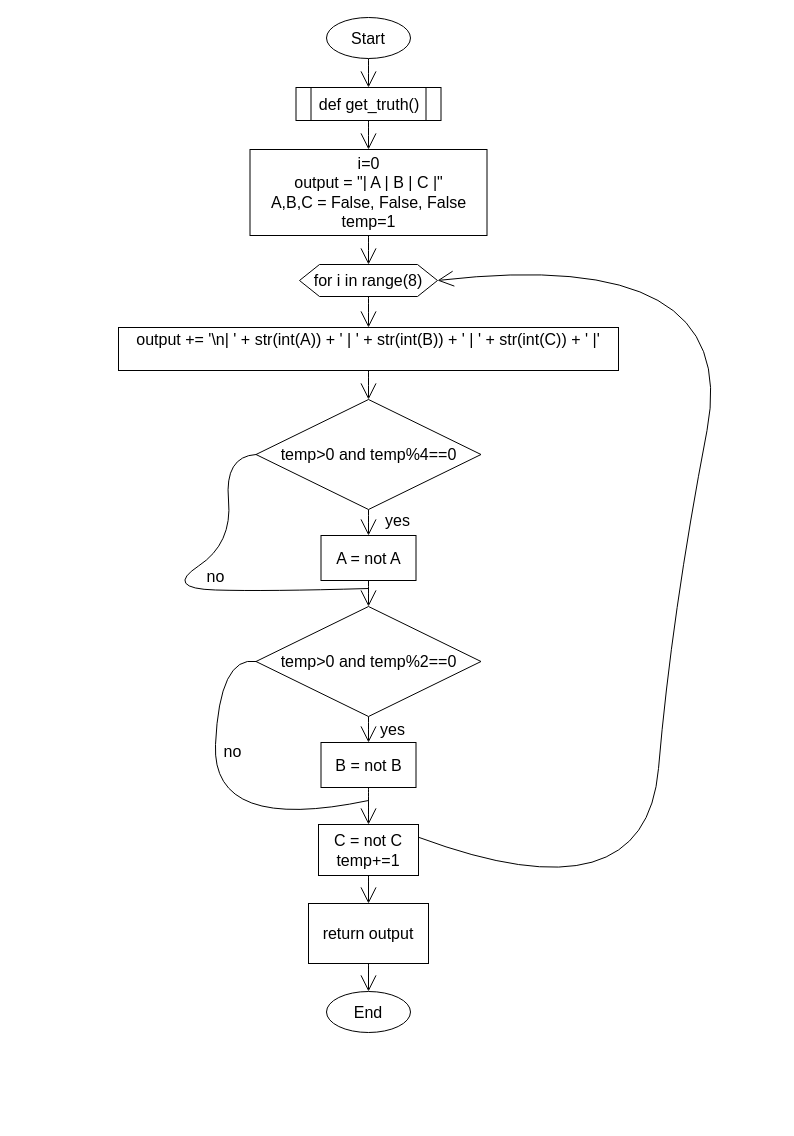
Earlier version of the draw.io diagram page "q-20F" (4 of 10) of Quizzes/quizzes.drawio (zelanISAK/unit-2). Source tidied: cells renumbered, new cells numbered last; positions are measured from the earlier drawing's top-left corner, leaving out a move shared by most shapes. Both pictures are drawn from the tidied source at 100%, with x=0, y=0 at pixel (118, 17).
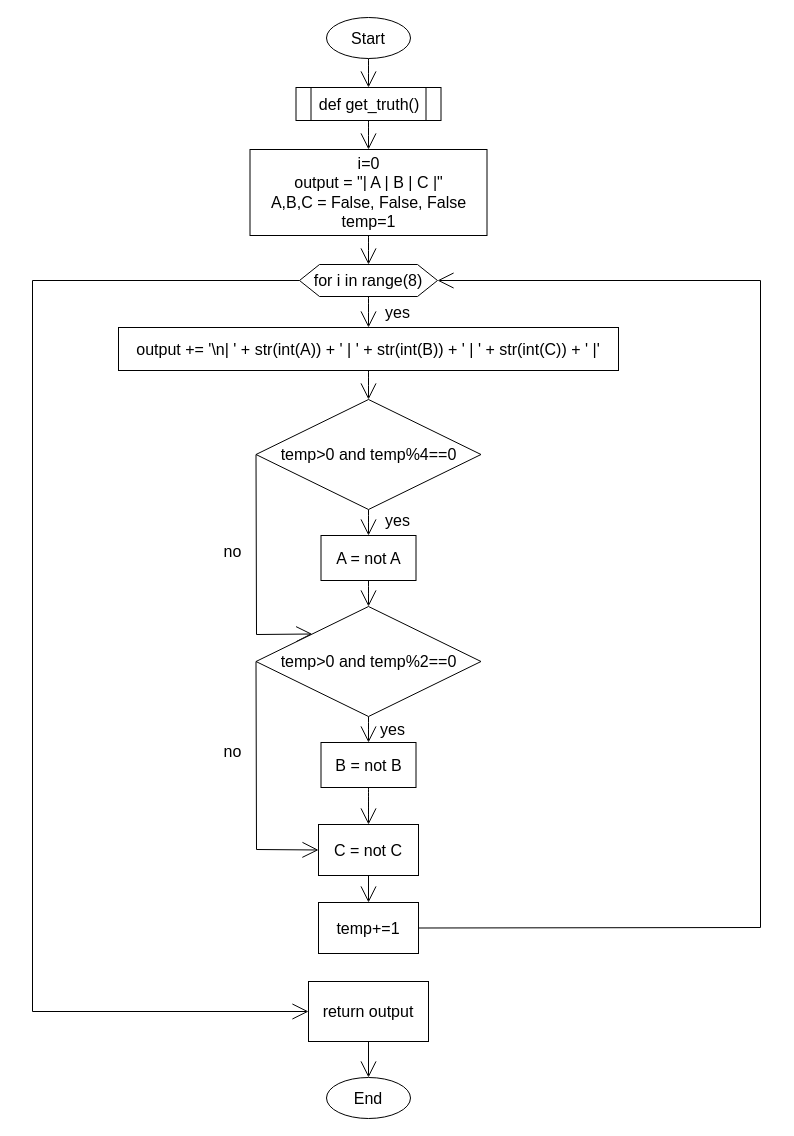
The same diagram, later.

Unchanged cells that the change refers to:
```xml
<mxCell id="10" value="for i in range(8)" style="shape=hexagon;perimeter=hexagonPerimeter2;whiteSpace=wrap;html=1;fixedSize=1;fontSize=16;" parent="1" vertex="1">
  <mxGeometry x="181" y="247" width="138" height="32" as="geometry" />
</mxCell>
<mxCell id="14" value="temp&amp;gt;0 and temp%4==0" style="rhombus;whiteSpace=wrap;html=1;fontSize=16;" parent="1" vertex="1">
  <mxGeometry x="137.5" y="382" width="225" height="110" as="geometry" />
</mxCell>
<mxCell id="18" value="temp&amp;gt;0 and temp%2==0" style="rhombus;whiteSpace=wrap;html=1;fontSize=16;" parent="1" vertex="1">
  <mxGeometry x="137.5" y="589" width="225" height="110" as="geometry" />
</mxCell>
```

What changed in the source:
```diff
@@
     <mxCell id="4" value="End" style="ellipse;whiteSpace=wrap;html=1;fontSize=16;" parent="1" vertex="1">
-      <mxGeometry x="208" y="974" width="84" height="41" as="geometry" />
+      <mxGeometry x="208" y="1060" width="84" height="41" as="geometry" />
     </mxCell>
@@
+    <mxCell id="32" style="edgeStyle=none;rounded=0;jettySize=auto;html=1;exitX=0;exitY=0.5;exitDx=0;exitDy=0;entryX=0;entryY=0.5;entryDx=0;entryDy=0;fontSize=12;endArrow=open;startSize=14;endSize=14;sourcePerimeterSpacing=8;targetPerimeterSpacing=8;" parent="1" edge="1" source="10" target="31">
+      <mxGeometry relative="1" as="geometry">
+        <Array as="points">
+          <mxPoint x="-86" y="263" />
+          <mxPoint x="-86" y="994" />
+        </Array>
+      </mxGeometry>
+    </mxCell>
@@
-    <mxCell id="12" value="&lt;div&gt;output += '\n| ' + str(int(A)) + ' | ' + str(int(B)) + ' | ' + str(int(C)) + ' |'&lt;/div&gt;&lt;div&gt;&amp;nbsp; &amp;nbsp; &amp;nbsp; &amp;nbsp;&amp;nbsp;&lt;/div&gt;" style="rounded=0;whiteSpace=wrap;html=1;fontSize=16;" parent="1" vertex="1">
+    <mxCell id="12" value="&lt;div&gt;output += '\n| ' + str(int(A)) + ' | ' + str(int(B)) + ' | ' + str(int(C)) + ' |'&lt;/div&gt;" style="rounded=0;whiteSpace=wrap;html=1;fontSize=16;" parent="1" vertex="1">
       <mxGeometry y="310" width="500" height="43" as="geometry" />
     </mxCell>
@@
+    <mxCell id="33" style="edgeStyle=none;rounded=0;jettySize=auto;html=1;exitX=0;exitY=0.5;exitDx=0;exitDy=0;entryX=0;entryY=0;entryDx=0;entryDy=0;fontSize=12;endArrow=open;startSize=14;endSize=14;sourcePerimeterSpacing=8;targetPerimeterSpacing=8;" parent="1" edge="1" source="14" target="18">
+      <mxGeometry relative="1" as="geometry">
+        <Array as="points">
+          <mxPoint x="138" y="617" />
+        </Array>
+      </mxGeometry>
+    </mxCell>
@@
+    <mxCell id="34" style="edgeStyle=none;rounded=0;jettySize=auto;html=1;exitX=0;exitY=0.5;exitDx=0;exitDy=0;entryX=0;entryY=0.5;entryDx=0;entryDy=0;fontSize=12;endArrow=open;startSize=14;endSize=14;sourcePerimeterSpacing=8;targetPerimeterSpacing=8;" parent="1" edge="1" source="18" target="23">
+      <mxGeometry relative="1" as="geometry">
+        <Array as="points">
+          <mxPoint x="138" y="832" />
+        </Array>
+      </mxGeometry>
+    </mxCell>
@@
-    <mxCell id="21" style="edgeStyle=none;curved=1;rounded=0;jettySize=auto;html=1;exitX=1;exitY=0.25;exitDx=0;exitDy=0;entryX=1;entryY=0.5;entryDx=0;entryDy=0;fontSize=12;endArrow=open;startSize=14;endSize=14;sourcePerimeterSpacing=8;targetPerimeterSpacing=8;" parent="1" edge="1" source="23" target="10">
-      <mxGeometry relative="1" as="geometry">
-        <Array as="points">
-          <mxPoint x="527" y="904" />
-          <mxPoint x="553" y="598" />
-          <mxPoint x="624" y="228" />
-        </Array>
-      </mxGeometry>
-    </mxCell>
-    <mxCell id="22" style="edgeStyle=none;curved=1;rounded=0;jettySize=auto;html=1;exitX=0.5;exitY=1;exitDx=0;exitDy=0;entryX=0.5;entryY=0;entryDx=0;entryDy=0;fontSize=12;endArrow=open;startSize=14;endSize=14;sourcePerimeterSpacing=8;targetPerimeterSpacing=8;" parent="1" edge="1" source="23" target="31">
-      <mxGeometry relative="1" as="geometry" />
-    </mxCell>
+    <mxCell id="35" style="edgeStyle=none;rounded=0;jettySize=auto;html=1;exitX=0.5;exitY=1;exitDx=0;exitDy=0;entryX=0.5;entryY=0;entryDx=0;entryDy=0;fontSize=12;endArrow=open;startSize=14;endSize=14;sourcePerimeterSpacing=8;targetPerimeterSpacing=8;" parent="1" edge="1" source="23" target="38">
+      <mxGeometry relative="1" as="geometry" />
+    </mxCell>
-    <mxCell id="23" value="C = not C&lt;br&gt;temp+=1" style="rounded=0;whiteSpace=wrap;html=1;fontSize=16;" parent="1" vertex="1">
+    <mxCell id="23" value="C = not C" style="rounded=0;whiteSpace=wrap;html=1;fontSize=16;" parent="1" vertex="1">
       <mxGeometry x="200" y="807" width="100" height="51" as="geometry" />
     </mxCell>
@@
-    <mxCell id="26" style="endArrow=none;html=1;rounded=0;fontSize=12;startSize=14;endSize=14;sourcePerimeterSpacing=8;targetPerimeterSpacing=8;curved=1;entryX=0;entryY=0.5;entryDx=0;entryDy=0;" parent="1" edge="1" target="14">
-      <mxGeometry relative="1" as="geometry">
-        <mxPoint x="250" y="571" as="sourcePoint" />
-        <Array as="points">
-          <mxPoint x="148" y="574" />
-          <mxPoint x="46" y="571" />
-          <mxPoint x="114" y="526" />
-          <mxPoint x="106" y="439" />
-        </Array>
-      </mxGeometry>
-    </mxCell>
     <mxCell id="27" value="no" style="text;html=1;align=center;verticalAlign=middle;strokeColor=none;fillColor=none;fontSize=16;" parent="1" vertex="1">
-      <mxGeometry x="79" y="543" width="36" height="31" as="geometry" />
+      <mxGeometry x="95.5" y="518" width="36" height="31" as="geometry" />
     </mxCell>
-    <mxCell id="28" style="endArrow=none;html=1;rounded=0;fontSize=12;startSize=14;endSize=14;sourcePerimeterSpacing=8;targetPerimeterSpacing=8;curved=1;entryX=0;entryY=0.5;entryDx=0;entryDy=0;" parent="1" edge="1" target="18">
-      <mxGeometry relative="1" as="geometry">
-        <mxPoint x="250" y="783" as="sourcePoint" />
-        <Array as="points">
-          <mxPoint x="93" y="816" />
-          <mxPoint x="101" y="638" />
-        </Array>
-      </mxGeometry>
-    </mxCell>
@@
-    <mxCell id="30" style="edgeStyle=none;curved=1;rounded=0;jettySize=auto;html=1;exitX=0.5;exitY=1;exitDx=0;exitDy=0;entryX=0.5;entryY=0;entryDx=0;entryDy=0;fontSize=12;endArrow=open;startSize=14;endSize=14;sourcePerimeterSpacing=8;targetPerimeterSpacing=8;" parent="1" edge="1" source="31" target="4">
+    <mxCell id="30" style="edgeStyle=none;rounded=0;jettySize=auto;html=1;exitX=0.5;exitY=1;exitDx=0;exitDy=0;entryX=0.5;entryY=0;entryDx=0;entryDy=0;fontSize=12;endArrow=open;startSize=14;endSize=14;sourcePerimeterSpacing=8;targetPerimeterSpacing=8;" parent="1" edge="1" source="31" target="4">
       <mxGeometry relative="1" as="geometry" />
     </mxCell>
     <mxCell id="31" value="return output" style="rounded=0;whiteSpace=wrap;html=1;fontSize=16;" parent="1" vertex="1">
-      <mxGeometry x="190" y="886" width="120" height="60" as="geometry" />
+      <mxGeometry x="190" y="964" width="120" height="60" as="geometry" />
     </mxCell>
+    <mxCell id="36" value="yes" style="text;html=1;align=center;verticalAlign=middle;strokeColor=none;fillColor=none;fontSize=16;" parent="1" vertex="1">
+      <mxGeometry x="257" y="279" width="43" height="31" as="geometry" />
+    </mxCell>
+    <mxCell id="37" style="edgeStyle=none;rounded=0;jettySize=auto;html=1;exitX=1;exitY=0.5;exitDx=0;exitDy=0;entryX=1;entryY=0.5;entryDx=0;entryDy=0;fontSize=12;endArrow=open;startSize=14;endSize=14;sourcePerimeterSpacing=8;targetPerimeterSpacing=8;" parent="1" edge="1" source="38" target="10">
+      <mxGeometry relative="1" as="geometry">
+        <Array as="points">
+          <mxPoint x="642" y="910" />
+          <mxPoint x="642" y="263" />
+        </Array>
+      </mxGeometry>
+    </mxCell>
+    <mxCell id="38" value="temp+=1" style="rounded=0;whiteSpace=wrap;html=1;fontSize=16;" parent="1" vertex="1">
+      <mxGeometry x="200" y="885" width="100" height="51" as="geometry" />
+    </mxCell>
```
